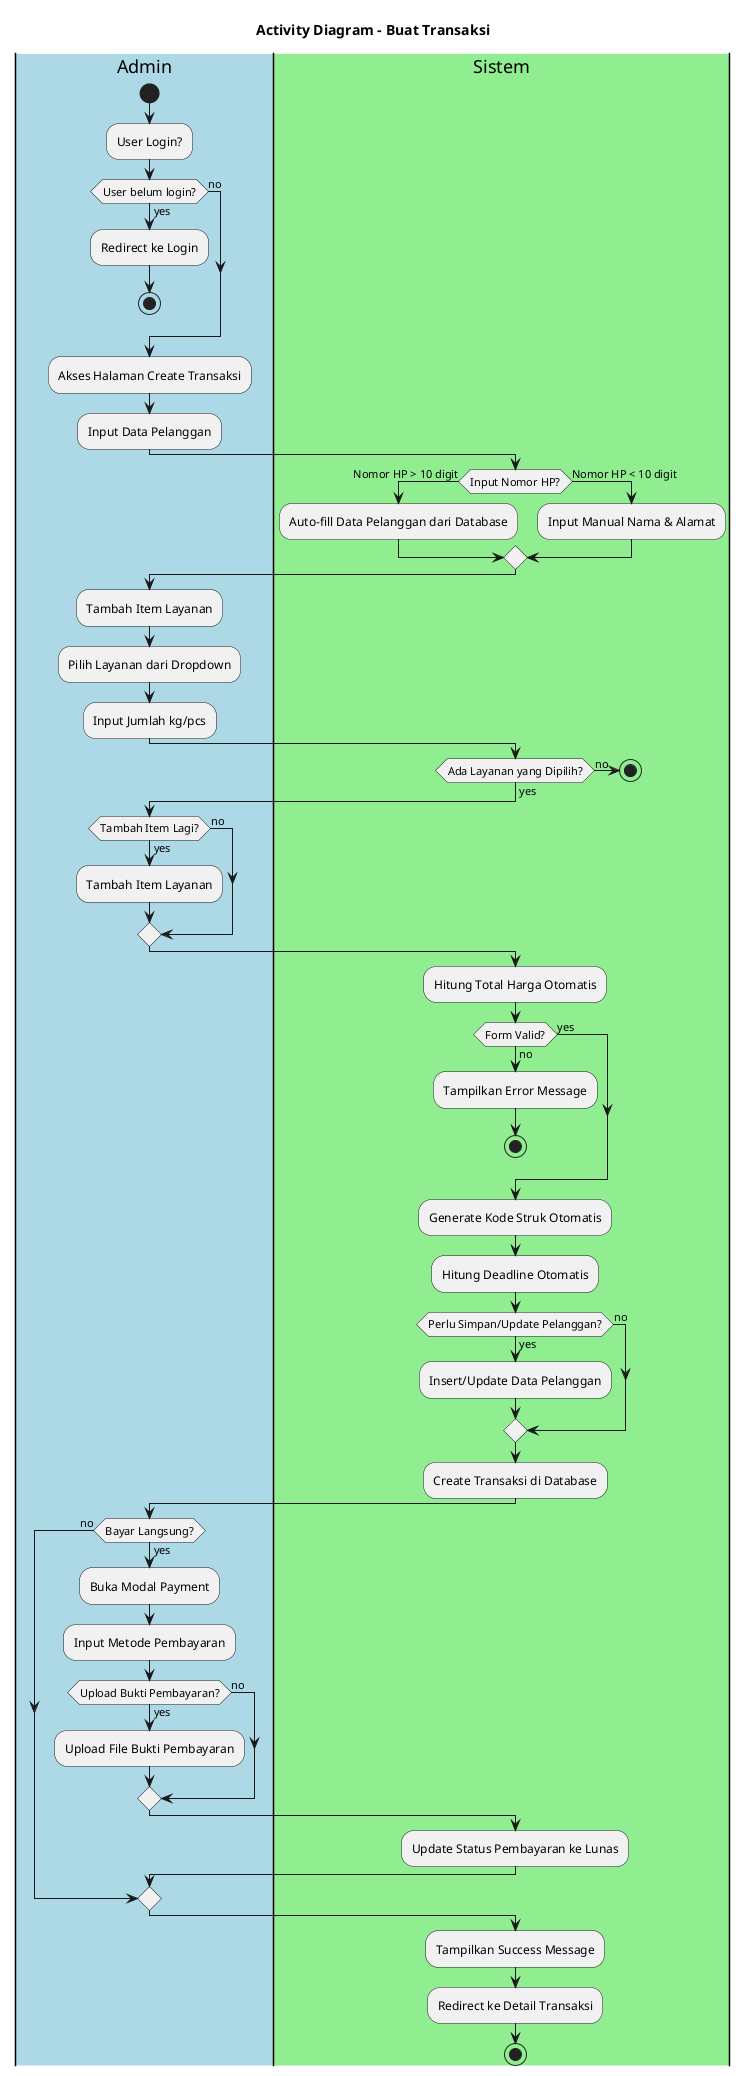
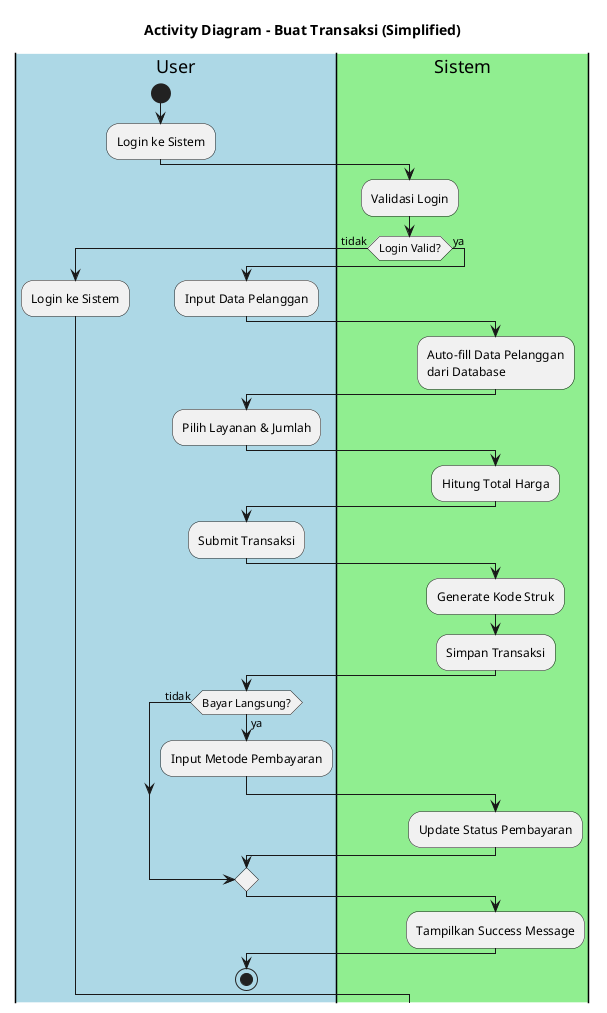
@startuml Activity Diagram - Buat Transaksi
- title Activity Diagram - Buat Transaksi
+ title Activity Diagram - Buat Transaksi (Simplified)

- |#LightBlue|Admin|
+ |#LightBlue|User|
start
- :User Login?;
- if (User belum login?) then (yes)
-   :Redirect ke Login;
-   stop
- else (no)
- endif
- 
- :Akses Halaman Create Transaksi;
- :Input Data Pelanggan;
+ :Login ke Sistem;

|#LightGreen|Sistem|
- if (Input Nomor HP?) then (Nomor HP > 10 digit)
-   :Auto-fill Data Pelanggan dari Database;
- else (Nomor HP < 10 digit)
-   :Input Manual Nama & Alamat;
- endif
+ :Validasi Login;
+ if (Login Valid?) then (tidak)
+   |#LightBlue|User|
+   :Login ke Sistem;
+ else (ya)
+   |#LightBlue|User|
+   :Input Data Pelanggan;

- |#LightBlue|Admin|
- :Tambah Item Layanan;
- :Pilih Layanan dari Dropdown;
- :Input Jumlah kg/pcs;
+   |#LightGreen|Sistem|
+   :Auto-fill Data Pelanggan\ndari Database;

- |#LightGreen|Sistem|
- if (Ada Layanan yang Dipilih?) then (no)
-   stop
- else (yes)
- endif
+   |#LightBlue|User|
+   :Pilih Layanan & Jumlah;

- |#LightBlue|Admin|
- if (Tambah Item Lagi?) then (yes)
-   :Tambah Item Layanan;
- else (no)
- endif
+   |#LightGreen|Sistem|
+   :Hitung Total Harga;

- |#LightGreen|Sistem|
- :Hitung Total Harga Otomatis;
+   |#LightBlue|User|
+   :Submit Transaksi;

- if (Form Valid?) then (no)
-   :Tampilkan Error Message;
-   stop
- else (yes)
- endif
+   |#LightGreen|Sistem|
+   :Generate Kode Struk;
+   :Simpan Transaksi;

- :Generate Kode Struk Otomatis;
- :Hitung Deadline Otomatis;
- 
- if (Perlu Simpan/Update Pelanggan?) then (yes)
-   :Insert/Update Data Pelanggan;
- else (no)
- endif
- 
- :Create Transaksi di Database;
- 
- |#LightBlue|Admin|
- if (Bayar Langsung?) then (yes)
-   :Buka Modal Payment;
-   :Input Metode Pembayaran;
- 
-   if (Upload Bukti Pembayaran?) then (yes)
-     :Upload File Bukti Pembayaran;
-   else (no)
+   |#LightBlue|User|
+   if (Bayar Langsung?) then (ya)
+     :Input Metode Pembayaran;
+     |#LightGreen|Sistem|
+     :Update Status Pembayaran;
+   else (tidak)
  endif

  |#LightGreen|Sistem|
-   :Update Status Pembayaran ke Lunas;
- else (no)
- endif
+   :Tampilkan Success Message;

- |#LightGreen|Sistem|
- :Tampilkan Success Message;
- :Redirect ke Detail Transaksi;
+   |#LightBlue|User|
+ stop

- stop
@enduml
- 
